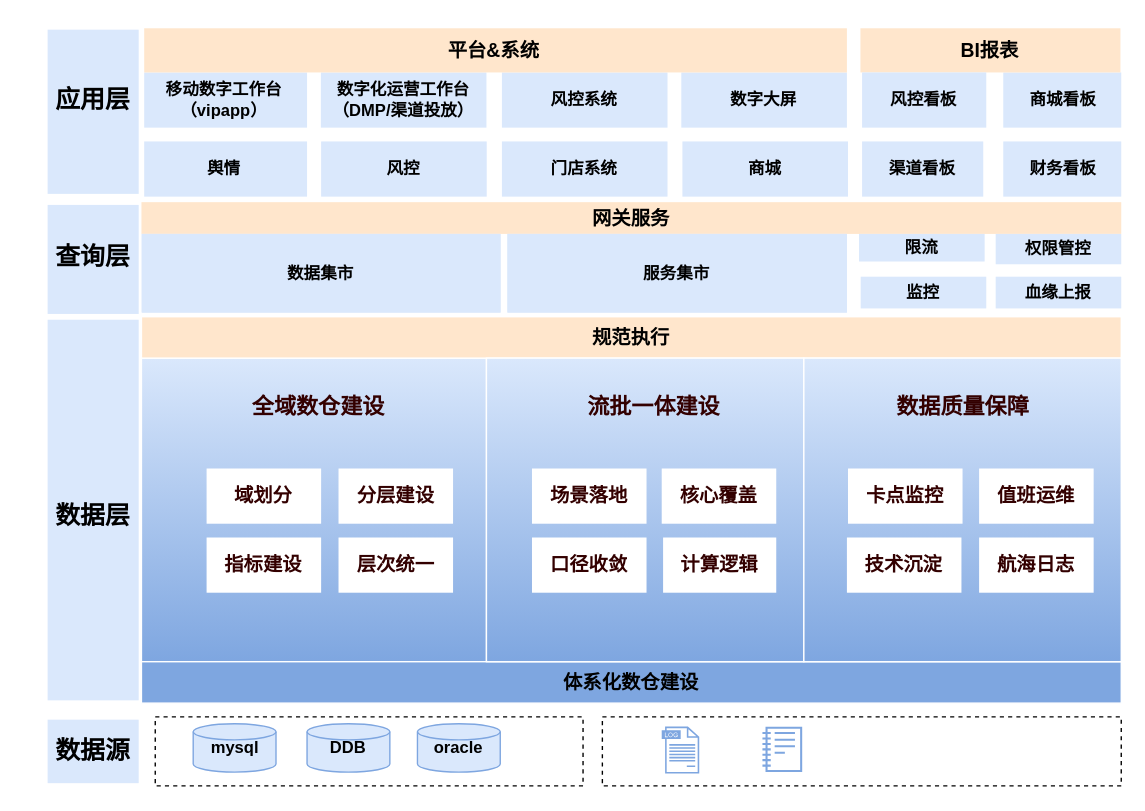
Before: 流量模型设计.drawio in mineminemine123/work-wiki, a draw.io diagram. Source tidied: cells renumbered, new cells numbered last; positions are measured from the earlier drawing's top-left corner, leaving out a move shared by most shapes. Both pictures are drawn from the tidied source at 138%, with x=0, y=0 at pixel (23, 26).
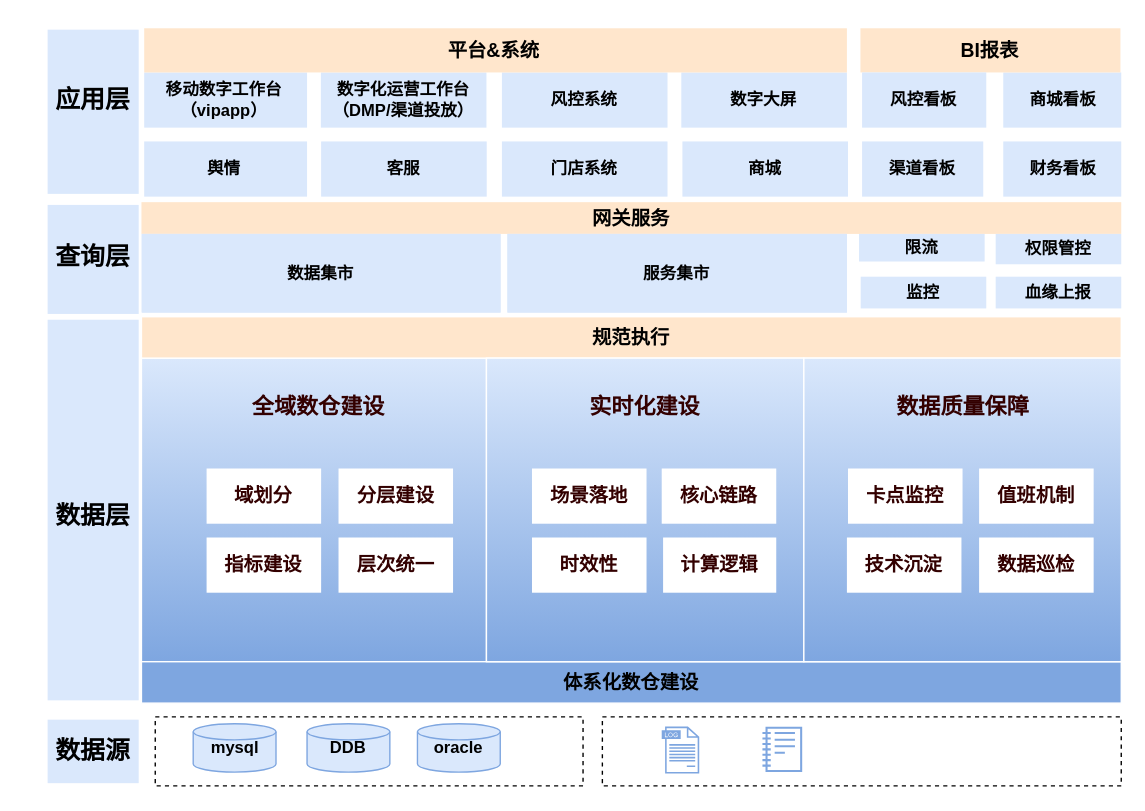
After the change.

Commit message:
更新流量模型设计.drawio

The edit, as a diff of the source:
```diff
@@
-    <mxCell id="16" value="风控" style="rounded=0;whiteSpace=wrap;html=1;strokeColor=none;fillColor=#dae8fc;fontFamily=微软雅黑;fontStyle=1;" parent="1" vertex="1">
+    <mxCell id="16" value="客服" style="rounded=0;whiteSpace=wrap;html=1;strokeColor=none;fillColor=#dae8fc;fontFamily=微软雅黑;fontStyle=1;" parent="1" vertex="1">
       <mxGeometry x="215.2" y="83" width="120" height="40" as="geometry" />
     </mxCell>
@@
-    <mxCell id="37" value="&lt;font style=&quot;font-size: 16px;&quot;&gt;流批一体建设&lt;/font&gt;" style="text;html=1;strokeColor=none;fillColor=none;align=center;verticalAlign=middle;whiteSpace=wrap;rounded=0;fontFamily=微软雅黑;fontColor=#330000;fontStyle=1;" parent="1" vertex="1">
-      <mxGeometry x="405" y="260" width="103" height="30" as="geometry" />
+    <mxCell id="37" value="&lt;font style=&quot;font-size: 16px;&quot;&gt;实时化建设&lt;/font&gt;" style="text;html=1;strokeColor=none;fillColor=none;align=center;verticalAlign=middle;whiteSpace=wrap;rounded=0;fontFamily=微软雅黑;fontColor=#330000;fontStyle=1;" parent="1" vertex="1">
+      <mxGeometry x="390" y="260" width="120" height="30" as="geometry" />
     </mxCell>
@@
-    <mxCell id="39" value="航海日志" style="rounded=0;whiteSpace=wrap;html=1;labelBackgroundColor=#FFFFFF;fillStyle=auto;strokeColor=none;strokeWidth=1;fontFamily=微软雅黑;fontColor=#330000;fillColor=default;dashed=1;fontStyle=1;fontSize=14;" parent="1" vertex="1">
+    <mxCell id="39" value="数据巡检" style="rounded=0;whiteSpace=wrap;html=1;labelBackgroundColor=#FFFFFF;fillStyle=auto;strokeColor=none;strokeWidth=1;fontFamily=微软雅黑;fontColor=#330000;fillColor=default;dashed=1;fontStyle=1;fontSize=14;" parent="1" vertex="1">
       <mxGeometry x="692" y="370" width="83" height="40" as="geometry" />
     </mxCell>
-    <mxCell id="40" value="值班运维" style="rounded=0;whiteSpace=wrap;html=1;labelBackgroundColor=#FFFFFF;fillStyle=auto;strokeColor=none;strokeWidth=1;fontFamily=微软雅黑;fontColor=#330000;fillColor=default;dashed=1;fontStyle=1;fontSize=14;" parent="1" vertex="1">
+    <mxCell id="40" value="值班机制" style="rounded=0;whiteSpace=wrap;html=1;labelBackgroundColor=#FFFFFF;fillStyle=auto;strokeColor=none;strokeWidth=1;fontFamily=微软雅黑;fontColor=#330000;fillColor=default;dashed=1;fontStyle=1;fontSize=14;" parent="1" vertex="1">
       <mxGeometry x="692" y="320" width="83" height="40" as="geometry" />
     </mxCell>
@@
-    <mxCell id="47" value="口径收敛" style="rounded=0;whiteSpace=wrap;html=1;labelBackgroundColor=#FFFFFF;fillStyle=auto;strokeColor=none;strokeWidth=1;fontFamily=微软雅黑;fontColor=#330000;fillColor=default;dashed=1;fontStyle=1;fontSize=14;" parent="1" vertex="1">
+    <mxCell id="47" value="时效性" style="rounded=0;whiteSpace=wrap;html=1;labelBackgroundColor=#FFFFFF;fillStyle=auto;strokeColor=none;strokeWidth=1;fontFamily=微软雅黑;fontColor=#330000;fillColor=default;dashed=1;fontStyle=1;fontSize=14;" parent="1" vertex="1">
       <mxGeometry x="368" y="370" width="83" height="40" as="geometry" />
     </mxCell>
@@
-    <mxCell id="49" value="核心覆盖" style="rounded=0;whiteSpace=wrap;html=1;labelBackgroundColor=#FFFFFF;fillStyle=auto;strokeColor=none;strokeWidth=1;fontFamily=微软雅黑;fontColor=#330000;fillColor=default;dashed=1;fontStyle=1;fontSize=14;" parent="1" vertex="1">
+    <mxCell id="49" value="核心链路" style="rounded=0;whiteSpace=wrap;html=1;labelBackgroundColor=#FFFFFF;fillStyle=auto;strokeColor=none;strokeWidth=1;fontFamily=微软雅黑;fontColor=#330000;fillColor=default;dashed=1;fontStyle=1;fontSize=14;" parent="1" vertex="1">
       <mxGeometry x="462" y="320" width="83" height="40" as="geometry" />
     </mxCell>
```
